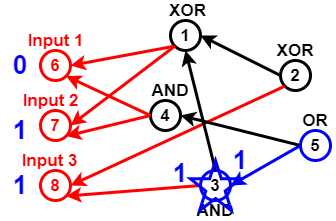
Above: Untitled Diagram.png in sara1024/-CCF201412-2-Z- (draw.io), before the change. Source tidied: cells renumbered, new cells last; positions are measured from the earlier drawing's top-left corner, leaving out a move shared by most shapes.
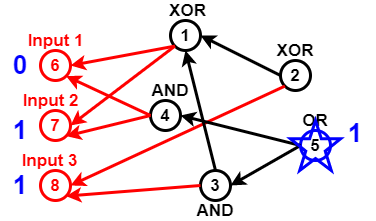
After the change.

What changed in the source:
```diff
@@ -29,7 +29,7 @@
     <mxCell id="10" style="endArrow=classic;html=1;strokeColor=#FF0000;strokeWidth=3;fontSize=17;fontColor=#000000;entryX=1;entryY=1;entryDx=0;entryDy=0;exitX=0;exitY=0.5;exitDx=0;exitDy=0;" parent="1" edge="1" source="8" target="2">
       <mxGeometry relative="1" as="geometry" />
     </mxCell>
-    <mxCell id="11" value="3" style="ellipse;whiteSpace=wrap;html=1;strokeWidth=3;fillColor=none;fontSize=17;fontColor=#000000;fontStyle=1;strokeColor=#0000FF;" parent="1" vertex="1">
+    <mxCell id="11" value="3" style="ellipse;whiteSpace=wrap;html=1;strokeWidth=3;fillColor=none;fontSize=17;fontColor=#000000;fontStyle=1;" parent="1" vertex="1">
       <mxGeometry x="200" y="170" width="30" height="30" as="geometry" />
     </mxCell>
     <mxCell id="12" style="endArrow=classic;html=1;strokeWidth=3;fontSize=17;fontColor=#000000;entryX=1;entryY=1;entryDx=0;entryDy=0;exitX=0;exitY=0.5;exitDx=0;exitDy=0;strokeColor=#FF0000;" parent="1" edge="1" source="11" target="4">
@@ -47,7 +47,7 @@
     <mxCell id="16" style="endArrow=classic;html=1;strokeWidth=3;fontSize=17;fontColor=#000000;entryX=1;entryY=0.5;entryDx=0;entryDy=0;exitX=0;exitY=0.5;exitDx=0;exitDy=0;" parent="1" edge="1" source="15" target="8">
       <mxGeometry relative="1" as="geometry" />
     </mxCell>
-    <mxCell id="17" style="endArrow=classic;html=1;strokeWidth=3;fontSize=17;fontColor=#000000;entryX=1;entryY=0.5;entryDx=0;entryDy=0;exitX=0;exitY=0.5;exitDx=0;exitDy=0;strokeColor=#0000FF;" parent="1" edge="1" source="15" target="11">
+    <mxCell id="17" style="endArrow=classic;html=1;strokeWidth=3;fontSize=17;fontColor=#000000;entryX=1;entryY=0.5;entryDx=0;entryDy=0;exitX=0;exitY=0.5;exitDx=0;exitDy=0;" parent="1" edge="1" source="15" target="11">
       <mxGeometry relative="1" as="geometry" />
     </mxCell>
     <mxCell id="18" style="endArrow=classic;html=1;strokeWidth=3;fontSize=17;fontColor=#000000;entryX=0.5;entryY=1;entryDx=0;entryDy=0;exitX=0.5;exitY=0;exitDx=0;exitDy=0;" parent="1" edge="1" source="11" target="5">
@@ -90,13 +90,10 @@
       <mxGeometry y="175" width="40" height="20" as="geometry" />
     </mxCell>
     <mxCell id="31" style="verticalLabelPosition=bottom;verticalAlign=top;html=1;shape=mxgraph.basic.star;strokeWidth=3;fillColor=none;gradientColor=none;fontSize=26;fontColor=#0000CC;strokeColor=#0000FF;" parent="1" vertex="1">
-      <mxGeometry x="190" y="160" width="50" height="50" as="geometry" />
+      <mxGeometry x="290" y="120" width="50" height="50" as="geometry" />
     </mxCell>
     <mxCell id="32" value="1" style="text;html=1;strokeColor=none;fillColor=none;align=center;verticalAlign=middle;whiteSpace=wrap;rounded=0;fontSize=26;fontColor=#0000FF;fontStyle=1;" parent="1" vertex="1">
-      <mxGeometry x="160" y="160" width="40" height="25" as="geometry" />
+      <mxGeometry x="335" y="120" width="40" height="25" as="geometry" />
     </mxCell>
-    <mxCell id="33" value="1" style="text;html=1;strokeColor=none;fillColor=none;align=center;verticalAlign=middle;whiteSpace=wrap;rounded=0;fontSize=26;fontColor=#0000FF;fontStyle=1;" parent="1" vertex="1">
-      <mxGeometry x="220" y="150" width="40" height="20" as="geometry" />
-    </mxCell>
   </root>
 </mxGraphModel>
```
